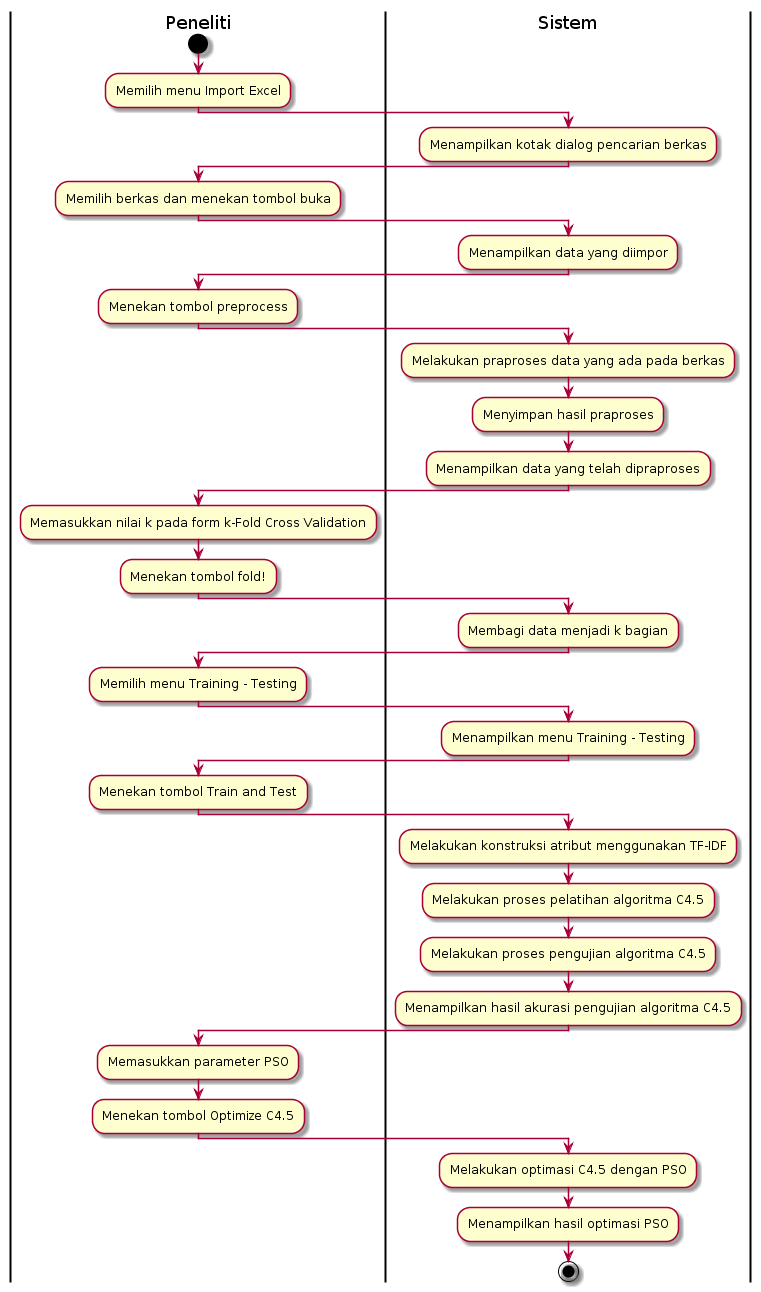
azhry/sentimen-c4.5-pso keeps this PlantUML diagram as diagrams/ad_klasifikasi_dengan_c45_v1.png. Above is the earlier version.
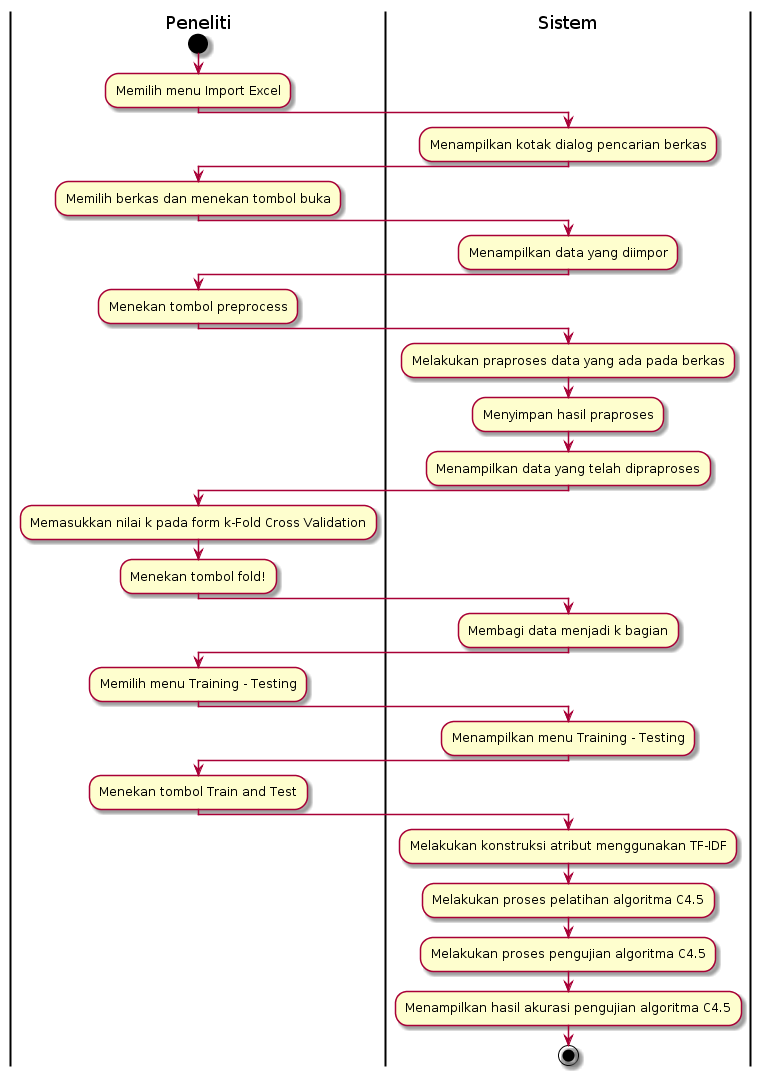
Later version of the same file.

Change to the diagram source:
```diff
@@ -30,11 +30,5 @@
 :Melakukan proses pelatihan algoritma C4.5;
 :Melakukan proses pengujian algoritma C4.5;
 :Menampilkan hasil akurasi pengujian algoritma C4.5;
-| Peneliti |
-:Memasukkan parameter PSO;
-:Menekan tombol Optimize C4.5;
-| Sistem |
-:Melakukan optimasi C4.5 dengan PSO;
-:Menampilkan hasil optimasi PSO;
 stop
 @enduml
```
